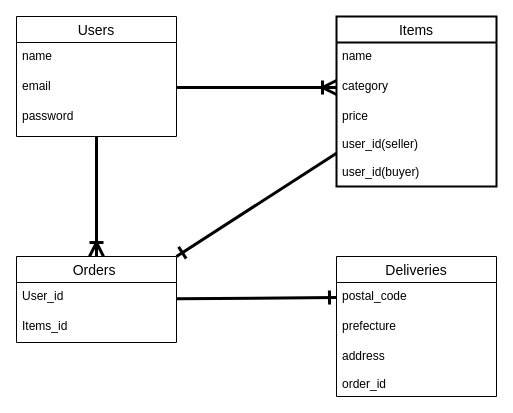
This is sample.dio from t08mac23/furima-38766, a draw.io file, before an edit. Source tidied: cells renumbered, new cells numbered last; positions are measured from the earlier drawing's top-left corner, leaving out a move shared by most shapes. Both pictures are drawn from the tidied source at 100%, with x=0, y=0 at pixel (16, 16).
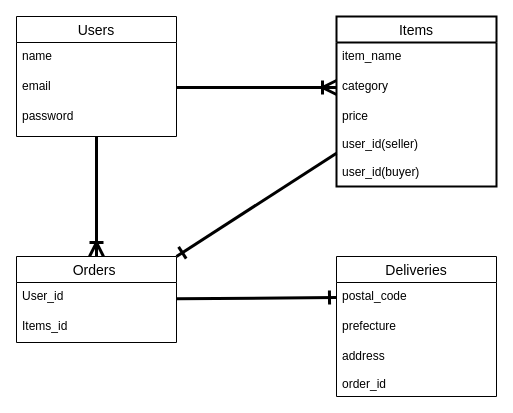
Above is the later version.

The change refers to these unchanged cells:
```xml
<mxCell id="8" value="Items" style="swimlane;fontStyle=0;horizontal=1;startSize=26;align=center;fontSize=14;strokeWidth=2;" parent="1" vertex="1">
  <mxGeometry x="320" width="160" height="170" as="geometry" />
</mxCell>
```

Change to the diagram source:
```diff
@@
-    <mxCell id="9" value="name" style="text;strokeColor=none;fillColor=none;spacingLeft=4;spacingRight=4;overflow=hidden;fontSize=12;" parent="8" vertex="1">
+    <mxCell id="9" value="item_name" style="text;strokeColor=none;fillColor=none;spacingLeft=4;spacingRight=4;overflow=hidden;fontSize=12;" parent="8" vertex="1">
       <mxGeometry y="26" width="160" height="30" as="geometry" />
     </mxCell>
```
